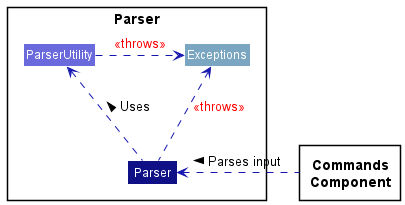
This is docs/images/ParserClassDiagram.png from nus-cs2113-AY2122S2/tp, a PlantUML export, as it was before one commit.
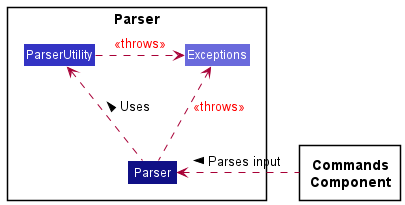
Later version of the same file.

Diff of the diagram source:
```diff
@@ -1,12 +1,11 @@
 @startuml
 
 !include style.puml
-skinparam arrowColor LOGIC_COLOR_T3
 
 Package "Parser" as P {
-    Class Parser LOGIC_COLOR_T4
-    Class ParserUtility LOGIC_COLOR_T2
-    Class Exceptions #7aa6c2
+    Class Parser LOGIC_COLOR
+    Class ParserUtility LOGIC_COLOR_T1
+    Class Exceptions LOGIC_COLOR_T2
 }
 
 package Commands as "**Commands**\n**Component**" {
```
